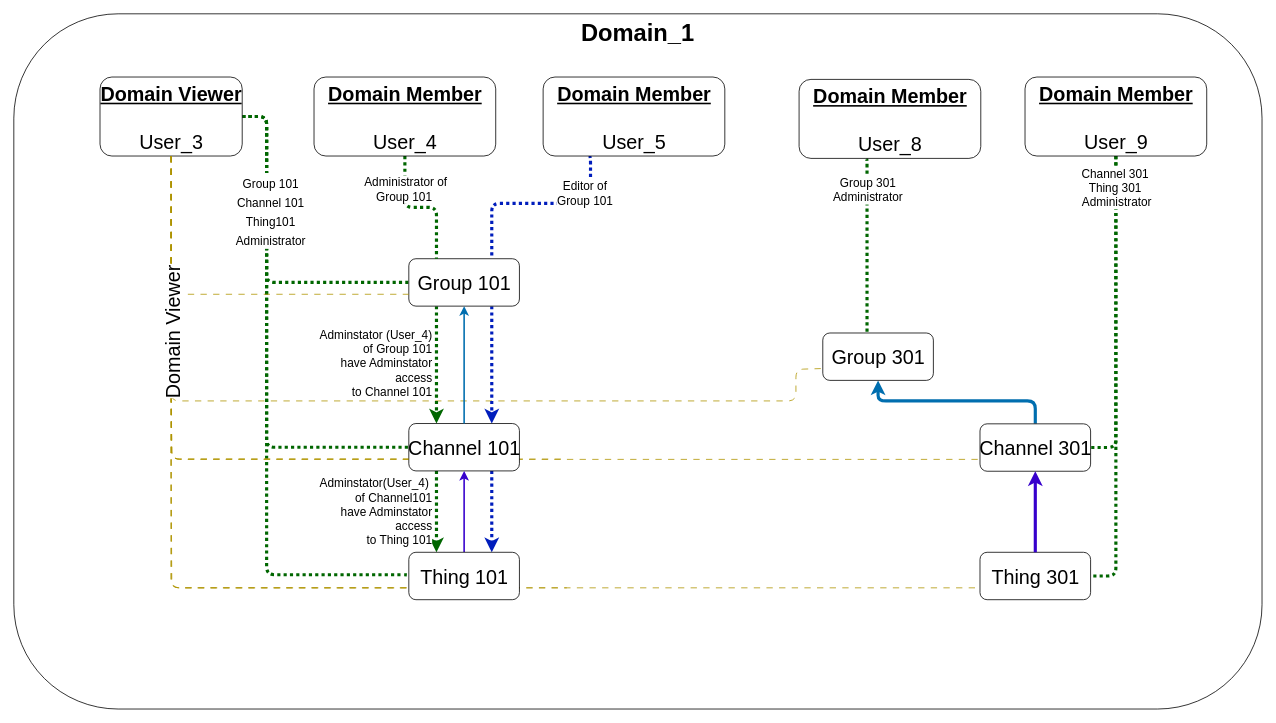
The draw.io diagram docs/diagrams/group_users_member_12.drawio in absmach/supermq-docs, before the edit. Source tidied: cells renumbered, new cells numbered last; positions are measured from the earlier drawing's top-left corner, leaving out a move shared by most shapes. Both pictures are drawn from the tidied source at 79%, with x=0, y=0 at pixel (13, 13).
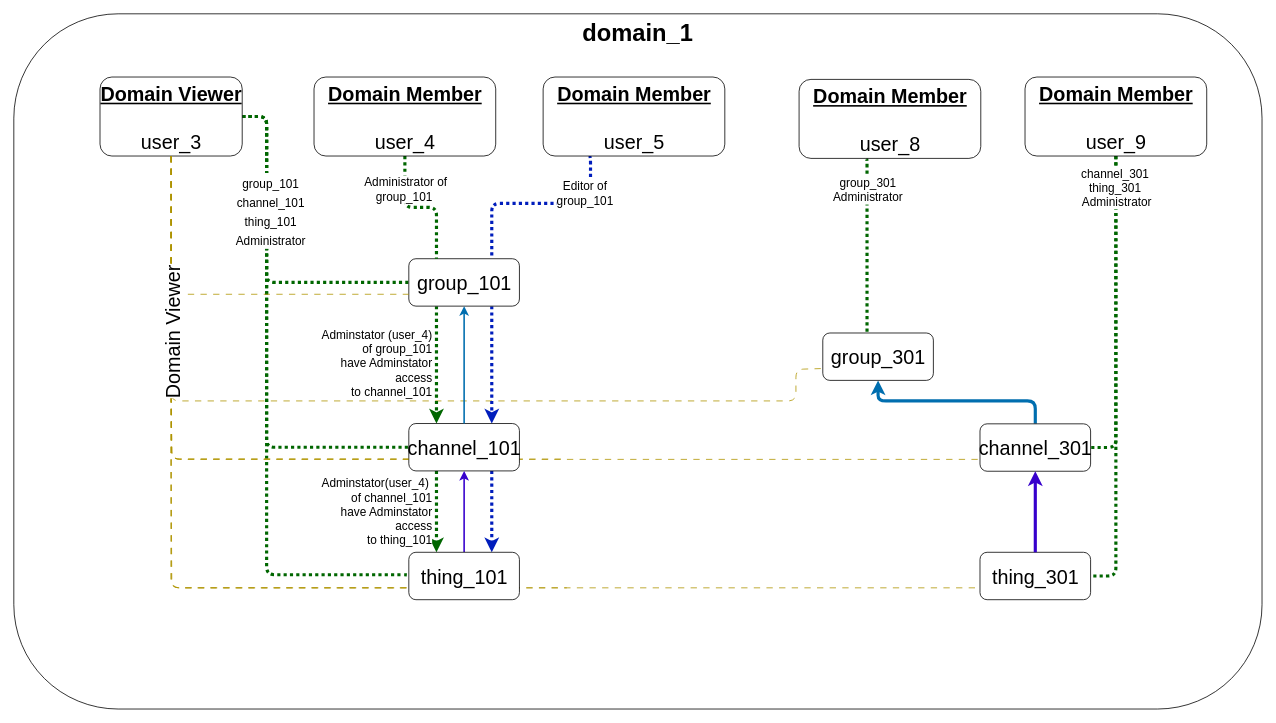
The same page after the edit.

The change refers to these unchanged cells:
```xml
<mxCell id="14" style="edgeStyle=orthogonalEdgeStyle;html=1;entryX=0;entryY=0.5;entryDx=0;entryDy=0;dashed=1;dashPattern=1 1;strokeColor=#006600;strokeWidth=4;fontSize=20;endArrow=none;endFill=0;" parent="11" edge="1" source="20" target="51">
  <mxGeometry relative="1" as="geometry">
    <Array as="points">
      <mxPoint x="320" y="130" />
      <mxPoint x="320" y="710" />
      <mxPoint x="500" y="710" />
    </Array>
  </mxGeometry>
</mxCell>
<mxCell id="21" style="edgeStyle=orthogonalEdgeStyle;html=1;exitX=0.25;exitY=1;exitDx=0;exitDy=0;entryX=0.25;entryY=0;entryDx=0;entryDy=0;dashed=1;dashPattern=1 1;strokeWidth=4;endArrow=classic;endFill=1;fillColor=#fa6800;strokeColor=#006600;" parent="11" edge="1" source="24" target="28">
  <mxGeometry relative="1" as="geometry" />
</mxCell>
<mxCell id="25" style="edgeStyle=orthogonalEdgeStyle;html=1;exitX=0.25;exitY=1;exitDx=0;exitDy=0;entryX=0.25;entryY=0;entryDx=0;entryDy=0;dashed=1;dashPattern=1 1;strokeWidth=4;endArrow=classic;endFill=1;fillColor=#fa6800;strokeColor=#006600;" parent="11" edge="1" source="28" target="51">
  <mxGeometry relative="1" as="geometry" />
</mxCell>
<mxCell id="29" style="edgeStyle=orthogonalEdgeStyle;html=1;entryX=0.25;entryY=0;entryDx=0;entryDy=0;dashed=1;dashPattern=1 1;strokeWidth=4;endArrow=none;endFill=0;fillColor=#fa6800;strokeColor=#006600;" parent="11" edge="1" source="31" target="24">
  <mxGeometry relative="1" as="geometry" />
</mxCell>
<mxCell id="32" style="edgeStyle=orthogonalEdgeStyle;html=1;dashed=1;dashPattern=1 1;strokeWidth=4;endArrow=none;endFill=0;fillColor=#0050ef;strokeColor=#001DBC;exitX=0.25;exitY=1;exitDx=0;exitDy=0;entryX=0.75;entryY=0;entryDx=0;entryDy=0;" parent="11" edge="1" source="34" target="24">
  <mxGeometry relative="1" as="geometry">
    <Array as="points">
      <mxPoint x="730" y="180" />
      <mxPoint x="730" y="240" />
      <mxPoint x="605" y="240" />
    </Array>
  </mxGeometry>
</mxCell>
<mxCell id="36" style="edgeStyle=orthogonalEdgeStyle;html=1;entryX=1;entryY=0.5;entryDx=0;entryDy=0;dashed=1;dashPattern=1 1;strokeColor=#006600;strokeWidth=4;endArrow=none;endFill=0;" parent="11" edge="1" source="38" target="55">
  <mxGeometry relative="1" as="geometry">
    <Array as="points">
      <mxPoint x="1395" y="712" />
    </Array>
  </mxGeometry>
</mxCell>
<mxCell id="39" style="edgeStyle=orthogonalEdgeStyle;html=1;dashed=1;dashPattern=1 1;strokeColor=#006600;strokeWidth=4;endArrow=none;endFill=0;" parent="11" edge="1">
  <mxGeometry relative="1" as="geometry">
    <mxPoint x="1079" y="183" as="sourcePoint" />
    <mxPoint x="1080" y="404" as="targetPoint" />
    <Array as="points">
      <mxPoint x="1080" y="183" />
    </Array>
  </mxGeometry>
</mxCell>
```

Diff of the diagram source:
```diff
@@
-    <mxCell id="9" value="&lt;font style=&quot;font-size: 30px;&quot;&gt;&lt;b style=&quot;&quot;&gt;Domain_1&lt;/b&gt;&lt;/font&gt;" style="rounded=1;whiteSpace=wrap;html=1;verticalAlign=top;fillColor=default;" parent="8" vertex="1">
+    <mxCell id="9" value="&lt;font style=&quot;font-size: 30px;&quot;&gt;&lt;b style=&quot;&quot;&gt;domain_1&lt;/b&gt;&lt;/font&gt;" style="rounded=1;whiteSpace=wrap;html=1;verticalAlign=top;fillColor=default;" parent="8" vertex="1">
       <mxGeometry width="1580" height="880" as="geometry" />
     </mxCell>
@@
-    <mxCell id="15" value="&lt;font style=&quot;font-size: 15px;&quot;&gt;Group 101&lt;br&gt;Channel 101&lt;br&gt;Thing101&lt;br&gt;Administrator&lt;/font&gt;" style="edgeLabel;html=1;align=center;verticalAlign=middle;fontSize=20;" parent="14" vertex="1">
+    <mxCell id="15" value="&lt;font style=&quot;font-size: 15px;&quot;&gt;group_101&lt;br&gt;channel_101&lt;br&gt;thing_101&lt;br&gt;Administrator&lt;/font&gt;" style="edgeLabel;html=1;align=center;verticalAlign=middle;fontSize=20;" parent="14" vertex="1">
       <mxGeometry x="-0.53" y="4" relative="1" as="geometry">
         <mxPoint y="-37" as="offset" />
       </mxGeometry>
     </mxCell>
@@
-    <mxCell id="20" value="&lt;font style=&quot;font-size: 25px;&quot;&gt;&lt;b&gt;&lt;u&gt;Domain Viewer&lt;/u&gt;&lt;/b&gt;&lt;br&gt;&lt;br&gt;User_3&lt;/font&gt;" style="rounded=1;html=1;fontSize=25;verticalAlign=top;" parent="11" vertex="1">
+    <mxCell id="20" value="&lt;font style=&quot;font-size: 25px;&quot;&gt;&lt;b&gt;&lt;u&gt;Domain Viewer&lt;/u&gt;&lt;/b&gt;&lt;br&gt;&lt;br&gt;user_3&lt;/font&gt;" style="rounded=1;html=1;fontSize=25;verticalAlign=top;" parent="11" vertex="1">
       <mxGeometry x="109.1" y="80" width="180" height="100" as="geometry" />
     </mxCell>
@@
-    <mxCell id="22" value="Adminstator (User_4)&lt;br&gt;of Group 101 &lt;br&gt;have Adminstator &lt;br&gt;access &lt;br&gt;to Channel 101" style="edgeLabel;html=1;align=right;verticalAlign=middle;fontSize=15;" parent="21" vertex="1">
+    <mxCell id="22" value="Adminstator (user_4)&lt;br&gt;of group_101 &lt;br&gt;have Adminstator &lt;br&gt;access &lt;br&gt;to channel_101" style="edgeLabel;html=1;align=right;verticalAlign=middle;fontSize=15;" parent="21" vertex="1">
       <mxGeometry x="-0.13" relative="1" as="geometry">
         <mxPoint x="-5" y="6" as="offset" />
       </mxGeometry>
     </mxCell>
@@
-    <mxCell id="24" value="Group 101" style="rounded=1;html=1;fontSize=25;" parent="11" vertex="1">
+    <mxCell id="24" value="group_101" style="rounded=1;html=1;fontSize=25;" parent="11" vertex="1">
       <mxGeometry x="500" y="310" width="140" height="60" as="geometry" />
     </mxCell>
@@
-    <mxCell id="26" value="Adminstator(User_4)&amp;nbsp;&lt;br&gt;&lt;div style=&quot;&quot;&gt;of Channel101&lt;/div&gt;have Adminstator &lt;br&gt;access&lt;br&gt;to Thing 101" style="edgeLabel;html=1;align=right;verticalAlign=middle;fontSize=15;" parent="25" vertex="1">
+    <mxCell id="26" value="Adminstator(user_4)&amp;nbsp;&lt;br&gt;&lt;div style=&quot;&quot;&gt;of channel_101&lt;/div&gt;have Adminstator &lt;br&gt;access&lt;br&gt;to thing_101" style="edgeLabel;html=1;align=right;verticalAlign=middle;fontSize=15;" parent="25" vertex="1">
       <mxGeometry x="-0.19" y="-1" relative="1" as="geometry">
         <mxPoint x="-4" y="9" as="offset" />
       </mxGeometry>
     </mxCell>
@@
-    <mxCell id="28" value="Channel 101" style="rounded=1;html=1;fontSize=25;" parent="11" vertex="1">
+    <mxCell id="28" value="channel_101" style="rounded=1;html=1;fontSize=25;" parent="11" vertex="1">
       <mxGeometry x="500" y="518.6" width="140" height="60" as="geometry" />
     </mxCell>
@@
-    <mxCell id="30" value="&lt;font style=&quot;font-size: 15px;&quot;&gt;&lt;font style=&quot;font-size: 15px;&quot;&gt;&amp;nbsp;Administrator of&amp;nbsp;&lt;br&gt;&lt;/font&gt;Group 101&amp;nbsp;&lt;/font&gt;" style="edgeLabel;html=1;align=center;verticalAlign=middle;" parent="29" vertex="1">
+    <mxCell id="30" value="&lt;font style=&quot;font-size: 15px;&quot;&gt;&lt;font style=&quot;font-size: 15px;&quot;&gt;&amp;nbsp;Administrator of&amp;nbsp;&lt;br&gt;&lt;/font&gt;group_101&amp;nbsp;&lt;/font&gt;" style="edgeLabel;html=1;align=center;verticalAlign=middle;" parent="29" vertex="1">
       <mxGeometry x="0.42" y="1" relative="1" as="geometry">
         <mxPoint x="-41" y="-40" as="offset" />
       </mxGeometry>
     </mxCell>
-    <mxCell id="31" value="&lt;font style=&quot;font-size: 25px;&quot;&gt;&lt;b&gt;&lt;u&gt;Domain Member&lt;/u&gt;&lt;/b&gt;&lt;br&gt;&lt;br&gt;User_4&lt;/font&gt;" style="rounded=1;html=1;fontSize=25;verticalAlign=top;" parent="11" vertex="1">
+    <mxCell id="31" value="&lt;font style=&quot;font-size: 25px;&quot;&gt;&lt;b&gt;&lt;u&gt;Domain Member&lt;/u&gt;&lt;/b&gt;&lt;br&gt;&lt;br&gt;user_4&lt;/font&gt;" style="rounded=1;html=1;fontSize=25;verticalAlign=top;" parent="11" vertex="1">
       <mxGeometry x="380" y="80" width="230" height="100" as="geometry" />
     </mxCell>
@@
-    <mxCell id="33" value="&lt;font style=&quot;font-size: 15px;&quot;&gt;Editor of&amp;nbsp;&lt;br&gt;&lt;/font&gt;&lt;span style=&quot;font-size: 15px;&quot;&gt;Group 101&amp;nbsp;&lt;/span&gt;" style="edgeLabel;html=1;align=center;verticalAlign=middle;" parent="32" vertex="1">
+    <mxCell id="33" value="&lt;font style=&quot;font-size: 15px;&quot;&gt;Editor of&amp;nbsp;&lt;br&gt;&lt;/font&gt;&lt;span style=&quot;font-size: 15px;&quot;&gt;group_101&amp;nbsp;&lt;/span&gt;" style="edgeLabel;html=1;align=center;verticalAlign=middle;" parent="32" vertex="1">
       <mxGeometry x="-0.62" y="-6" relative="1" as="geometry" />
     </mxCell>
-    <mxCell id="34" value="&lt;font style=&quot;font-size: 25px;&quot;&gt;&lt;b&gt;&lt;u&gt;Domain Member&lt;/u&gt;&lt;/b&gt;&lt;br&gt;&lt;br&gt;User_5&lt;br&gt;&lt;/font&gt;" style="rounded=1;html=1;fontSize=25;verticalAlign=top;" parent="11" vertex="1">
+    <mxCell id="34" value="&lt;font style=&quot;font-size: 25px;&quot;&gt;&lt;b&gt;&lt;u&gt;Domain Member&lt;/u&gt;&lt;/b&gt;&lt;br&gt;&lt;br&gt;user_5&lt;br&gt;&lt;/font&gt;" style="rounded=1;html=1;fontSize=25;verticalAlign=top;" parent="11" vertex="1">
       <mxGeometry x="670" y="80" width="230" height="100" as="geometry" />
     </mxCell>
@@
-    <mxCell id="37" value="Channel 301&amp;nbsp;&lt;br&gt;Thing 301&amp;nbsp;&lt;br&gt;Administrator" style="edgeLabel;html=1;align=center;verticalAlign=middle;fontSize=15;" parent="36" vertex="1">
+    <mxCell id="37" value="channel_301&amp;nbsp;&lt;br&gt;thing_301&amp;nbsp;&lt;br&gt;Administrator" style="edgeLabel;html=1;align=center;verticalAlign=middle;fontSize=15;" parent="36" vertex="1">
       <mxGeometry x="-0.53" y="-2" relative="1" as="geometry">
         <mxPoint x="2" y="-93" as="offset" />
       </mxGeometry>
     </mxCell>
-    <mxCell id="38" value="&lt;font style=&quot;font-size: 25px;&quot;&gt;&lt;b&gt;&lt;u&gt;Domain Member&lt;/u&gt;&lt;/b&gt;&lt;br&gt;&lt;br&gt;User_9&lt;/font&gt;" style="rounded=1;html=1;fontSize=25;verticalAlign=top;" parent="11" vertex="1">
+    <mxCell id="38" value="&lt;font style=&quot;font-size: 25px;&quot;&gt;&lt;b&gt;&lt;u&gt;Domain Member&lt;/u&gt;&lt;/b&gt;&lt;br&gt;&lt;br&gt;user_9&lt;/font&gt;" style="rounded=1;html=1;fontSize=25;verticalAlign=top;" parent="11" vertex="1">
       <mxGeometry x="1280" y="80" width="230" height="100" as="geometry" />
     </mxCell>
@@
-    <mxCell id="40" value="&lt;font style=&quot;font-size: 15px;&quot;&gt;Group 301 &lt;br&gt;Administrator&lt;/font&gt;" style="edgeLabel;html=1;align=center;verticalAlign=middle;" parent="39" vertex="1">
+    <mxCell id="40" value="&lt;font style=&quot;font-size: 15px;&quot;&gt;group_301 &lt;br&gt;Administrator&lt;/font&gt;" style="edgeLabel;html=1;align=center;verticalAlign=middle;" parent="39" vertex="1">
       <mxGeometry x="-0.26" relative="1" as="geometry">
         <mxPoint y="-42" as="offset" />
       </mxGeometry>
     </mxCell>
-    <mxCell id="41" value="&lt;font style=&quot;font-size: 25px;&quot;&gt;&lt;b&gt;&lt;u&gt;Domain Member&lt;/u&gt;&lt;/b&gt;&lt;br&gt;&lt;br&gt;User_8&lt;/font&gt;" style="rounded=1;html=1;fontSize=25;verticalAlign=top;" parent="11" vertex="1">
+    <mxCell id="41" value="&lt;font style=&quot;font-size: 25px;&quot;&gt;&lt;b&gt;&lt;u&gt;Domain Member&lt;/u&gt;&lt;/b&gt;&lt;br&gt;&lt;br&gt;user_8&lt;/font&gt;" style="rounded=1;html=1;fontSize=25;verticalAlign=top;" parent="11" vertex="1">
       <mxGeometry x="994" y="83" width="230" height="100" as="geometry" />
     </mxCell>
@@
-    <mxCell id="51" value="Thing 101" style="rounded=1;html=1;fontSize=25;" parent="49" vertex="1">
+    <mxCell id="51" value="thing_101" style="rounded=1;html=1;fontSize=25;" parent="49" vertex="1">
       <mxGeometry x="500" y="681.6" width="140" height="60" as="geometry" />
     </mxCell>
@@
-    <mxCell id="53" value="Group 301" style="rounded=1;html=1;fontSize=25;" parent="49" vertex="1">
+    <mxCell id="53" value="group_301" style="rounded=1;html=1;fontSize=25;" parent="49" vertex="1">
       <mxGeometry x="1024" y="404" width="140" height="60" as="geometry" />
     </mxCell>
-    <mxCell id="54" value="Channel 301" style="rounded=1;html=1;fontSize=25;" parent="49" vertex="1">
+    <mxCell id="54" value="channel_301" style="rounded=1;html=1;fontSize=25;" parent="49" vertex="1">
       <mxGeometry x="1223" y="519" width="140" height="60" as="geometry" />
     </mxCell>
-    <mxCell id="55" value="Thing 301" style="rounded=1;html=1;fontSize=25;" parent="49" vertex="1">
+    <mxCell id="55" value="thing_301" style="rounded=1;html=1;fontSize=25;" parent="49" vertex="1">
       <mxGeometry x="1223" y="681.6" width="140" height="60" as="geometry" />
     </mxCell>
```
